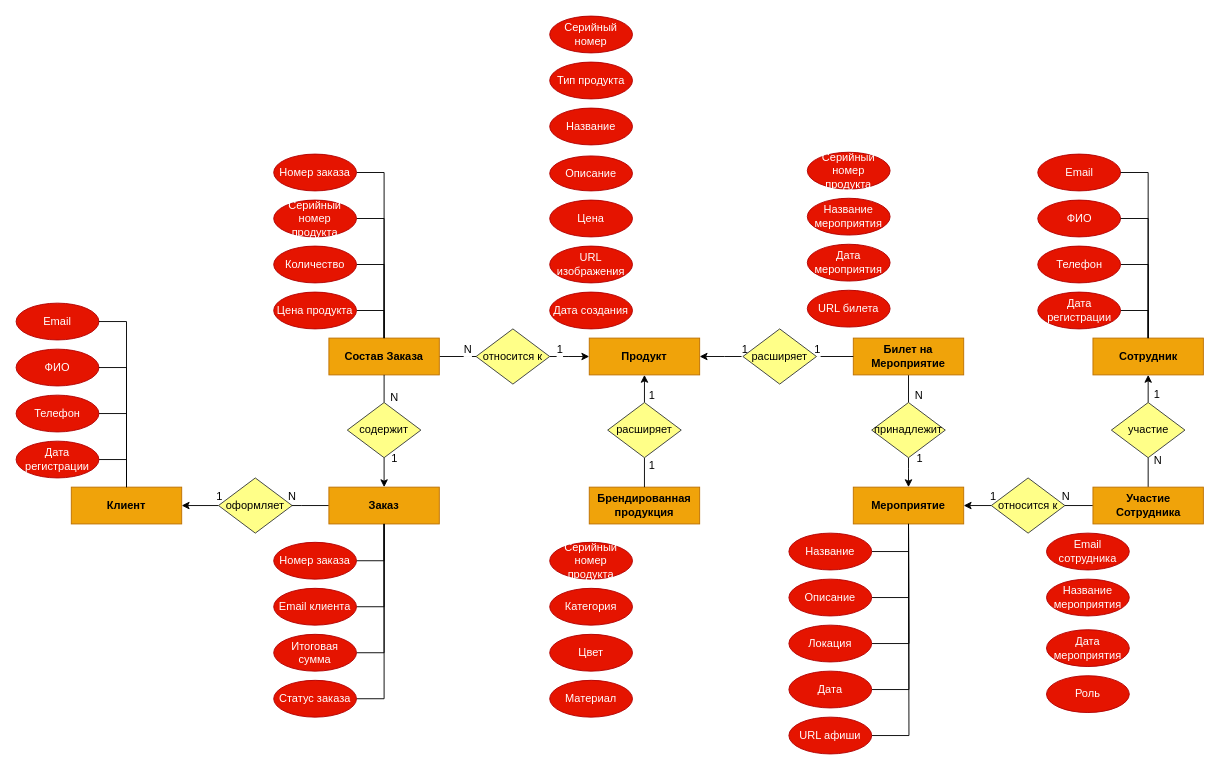
Before: ud1.drawio in softqwak/ud, a draw.io diagram. Source tidied: cells renumbered, new cells numbered last; positions are measured from the earlier drawing's top-left corner, leaving out a move shared by most shapes. Both pictures are drawn from the tidied source at 92%, with x=0, y=0 at pixel (16, 16).
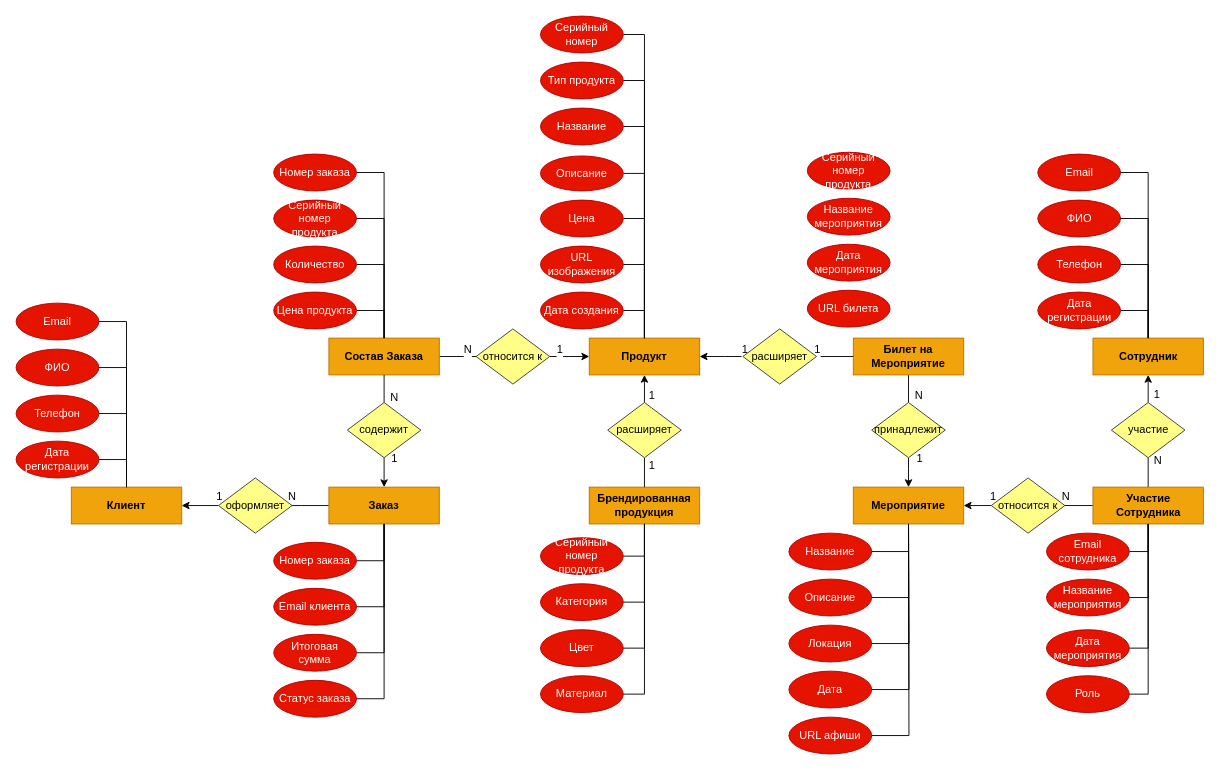
After the change.

Unchanged cells that the change refers to:
```xml
<mxCell id="8" value="Участие Сотрудника" style="rounded=0;whiteSpace=wrap;html=1;fillColor=#f0a30a;fontColor=#000000;strokeColor=#BD7000;fontStyle=1;" parent="1" vertex="1">
  <mxGeometry x="1170.5" y="512" width="120" height="40" as="geometry" />
</mxCell>
<mxCell id="16" value="Брендированная продукция" style="rounded=0;whiteSpace=wrap;html=1;fillColor=#f0a30a;fontColor=#000000;strokeColor=#BD7000;fontStyle=1;" parent="1" vertex="1">
  <mxGeometry x="623" y="512" width="120" height="40" as="geometry" />
</mxCell>
<mxCell id="23" value="Email сотрудника" style="ellipse;whiteSpace=wrap;html=1;fillColor=#e51400;fontColor=#ffffff;strokeColor=#B20000;" parent="1" vertex="1">
  <mxGeometry x="1120" y="562" width="90" height="40" as="geometry" />
</mxCell>
<mxCell id="24" value="Название мероприятия" style="ellipse;whiteSpace=wrap;html=1;fillColor=#e51400;fontColor=#ffffff;strokeColor=#B20000;" parent="1" vertex="1">
  <mxGeometry x="1120" y="612" width="90" height="40" as="geometry" />
</mxCell>
<mxCell id="56" value="Продукт" style="rounded=0;whiteSpace=wrap;html=1;fillColor=#f0a30a;fontColor=#000000;strokeColor=#BD7000;fontStyle=1;" parent="1" vertex="1">
  <mxGeometry x="623" y="350" width="120" height="40" as="geometry" />
</mxCell>
<mxCell id="81" value="Дата мероприятия" style="ellipse;whiteSpace=wrap;html=1;fillColor=#e51400;fontColor=#ffffff;strokeColor=#B20000;" parent="1" vertex="1">
  <mxGeometry x="1120" y="667" width="90" height="40" as="geometry" />
</mxCell>
<mxCell id="82" value="Роль" style="ellipse;whiteSpace=wrap;html=1;fillColor=#e51400;fontColor=#ffffff;strokeColor=#B20000;" parent="1" vertex="1">
  <mxGeometry x="1120" y="717" width="90" height="40" as="geometry" />
</mxCell>
```

Diff of the diagram source:
```diff
@@
+    <mxCell id="112" style="edgeStyle=orthogonalEdgeStyle;shape=connector;rounded=0;jettySize=auto;html=1;exitX=1;exitY=0.5;exitDx=0;exitDy=0;entryX=0.5;entryY=1;entryDx=0;entryDy=0;strokeColor=default;align=center;verticalAlign=middle;fontFamily=Helvetica;fontSize=12;fontColor=default;fontStyle=0;labelBackgroundColor=default;endArrow=none;endFill=0;" parent="1" edge="1" source="23" target="8">
+      <mxGeometry relative="1" as="geometry" />
+    </mxCell>
@@
+    <mxCell id="113" style="edgeStyle=orthogonalEdgeStyle;shape=connector;rounded=0;jettySize=auto;html=1;exitX=1;exitY=0.5;exitDx=0;exitDy=0;entryX=0.5;entryY=1;entryDx=0;entryDy=0;strokeColor=default;align=center;verticalAlign=middle;fontFamily=Helvetica;fontSize=12;fontColor=default;fontStyle=0;labelBackgroundColor=default;endArrow=none;endFill=0;" parent="1" edge="1" source="24" target="8">
+      <mxGeometry relative="1" as="geometry" />
+    </mxCell>
@@
+    <mxCell id="114" style="edgeStyle=orthogonalEdgeStyle;shape=connector;rounded=0;jettySize=auto;html=1;exitX=1;exitY=0.5;exitDx=0;exitDy=0;entryX=0.5;entryY=1;entryDx=0;entryDy=0;strokeColor=default;align=center;verticalAlign=middle;fontFamily=Helvetica;fontSize=12;fontColor=default;fontStyle=0;labelBackgroundColor=default;endArrow=none;endFill=0;" parent="1" edge="1" source="39" target="16">
+      <mxGeometry relative="1" as="geometry" />
+    </mxCell>
     <mxCell id="39" value="Серийный номер продукта" style="ellipse;whiteSpace=wrap;html=1;fillColor=#e51400;fontColor=#ffffff;strokeColor=#B20000;" parent="1" vertex="1">
-      <mxGeometry x="580" y="572" width="90" height="40" as="geometry" />
+      <mxGeometry x="570" y="567" width="90" height="40" as="geometry" />
     </mxCell>
+    <mxCell id="115" style="edgeStyle=orthogonalEdgeStyle;shape=connector;rounded=0;jettySize=auto;html=1;exitX=1;exitY=0.5;exitDx=0;exitDy=0;entryX=0.5;entryY=1;entryDx=0;entryDy=0;strokeColor=default;align=center;verticalAlign=middle;fontFamily=Helvetica;fontSize=12;fontColor=default;fontStyle=0;labelBackgroundColor=default;endArrow=none;endFill=0;" parent="1" edge="1" source="40" target="16">
+      <mxGeometry relative="1" as="geometry" />
+    </mxCell>
     <mxCell id="40" value="Категория" style="ellipse;whiteSpace=wrap;html=1;fillColor=#e51400;fontColor=#ffffff;strokeColor=#B20000;" parent="1" vertex="1">
-      <mxGeometry x="580" y="622" width="90" height="40" as="geometry" />
+      <mxGeometry x="570" y="617" width="90" height="40" as="geometry" />
     </mxCell>
+    <mxCell id="116" style="edgeStyle=orthogonalEdgeStyle;shape=connector;rounded=0;jettySize=auto;html=1;exitX=1;exitY=0.5;exitDx=0;exitDy=0;entryX=0.5;entryY=1;entryDx=0;entryDy=0;strokeColor=default;align=center;verticalAlign=middle;fontFamily=Helvetica;fontSize=12;fontColor=default;fontStyle=0;labelBackgroundColor=default;endArrow=none;endFill=0;" parent="1" edge="1" source="41" target="16">
+      <mxGeometry relative="1" as="geometry" />
+    </mxCell>
     <mxCell id="41" value="Цвет" style="ellipse;whiteSpace=wrap;html=1;fillColor=#e51400;fontColor=#ffffff;strokeColor=#B20000;" parent="1" vertex="1">
-      <mxGeometry x="580" y="672" width="90" height="40" as="geometry" />
+      <mxGeometry x="570" y="667" width="90" height="40" as="geometry" />
     </mxCell>
+    <mxCell id="117" style="edgeStyle=orthogonalEdgeStyle;shape=connector;rounded=0;jettySize=auto;html=1;exitX=1;exitY=0.5;exitDx=0;exitDy=0;entryX=0.5;entryY=1;entryDx=0;entryDy=0;strokeColor=default;align=center;verticalAlign=middle;fontFamily=Helvetica;fontSize=12;fontColor=default;fontStyle=0;labelBackgroundColor=default;endArrow=none;endFill=0;" parent="1" edge="1" source="42" target="16">
+      <mxGeometry relative="1" as="geometry" />
+    </mxCell>
     <mxCell id="42" value="Материал" style="ellipse;whiteSpace=wrap;html=1;fillColor=#e51400;fontColor=#ffffff;strokeColor=#B20000;" parent="1" vertex="1">
-      <mxGeometry x="580" y="722" width="90" height="40" as="geometry" />
+      <mxGeometry x="570" y="717" width="90" height="40" as="geometry" />
     </mxCell>
@@
+    <mxCell id="118" style="edgeStyle=orthogonalEdgeStyle;shape=connector;rounded=0;jettySize=auto;html=1;exitX=1;exitY=0.5;exitDx=0;exitDy=0;entryX=0.5;entryY=0;entryDx=0;entryDy=0;strokeColor=default;align=center;verticalAlign=middle;fontFamily=Helvetica;fontSize=12;fontColor=default;fontStyle=0;labelBackgroundColor=default;endArrow=none;endFill=0;" parent="1" edge="1" source="73" target="56">
+      <mxGeometry relative="1" as="geometry" />
+    </mxCell>
     <mxCell id="73" value="Серийный номер" style="ellipse;whiteSpace=wrap;html=1;fillColor=#e51400;fontColor=#ffffff;strokeColor=#B20000;" parent="1" vertex="1">
-      <mxGeometry x="580" width="90" height="40" as="geometry" />
+      <mxGeometry x="570" width="90" height="40" as="geometry" />
     </mxCell>
+    <mxCell id="119" style="edgeStyle=orthogonalEdgeStyle;shape=connector;rounded=0;jettySize=auto;html=1;exitX=1;exitY=0.5;exitDx=0;exitDy=0;entryX=0.5;entryY=0;entryDx=0;entryDy=0;strokeColor=default;align=center;verticalAlign=middle;fontFamily=Helvetica;fontSize=12;fontColor=default;fontStyle=0;labelBackgroundColor=default;endArrow=none;endFill=0;" parent="1" edge="1" source="74" target="56">
+      <mxGeometry relative="1" as="geometry" />
+    </mxCell>
     <mxCell id="74" value="Тип продукта" style="ellipse;whiteSpace=wrap;html=1;fillColor=#e51400;fontColor=#ffffff;strokeColor=#B20000;" parent="1" vertex="1">
-      <mxGeometry x="580" y="50" width="90" height="40" as="geometry" />
+      <mxGeometry x="570" y="50" width="90" height="40" as="geometry" />
     </mxCell>
+    <mxCell id="120" style="edgeStyle=orthogonalEdgeStyle;shape=connector;rounded=0;jettySize=auto;html=1;exitX=1;exitY=0.5;exitDx=0;exitDy=0;entryX=0.5;entryY=0;entryDx=0;entryDy=0;strokeColor=default;align=center;verticalAlign=middle;fontFamily=Helvetica;fontSize=12;fontColor=default;fontStyle=0;labelBackgroundColor=default;endArrow=none;endFill=0;" parent="1" edge="1" source="75" target="56">
+      <mxGeometry relative="1" as="geometry" />
+    </mxCell>
     <mxCell id="75" value="Название" style="ellipse;whiteSpace=wrap;html=1;fillColor=#e51400;fontColor=#ffffff;strokeColor=#B20000;" parent="1" vertex="1">
-      <mxGeometry x="580" y="100" width="90" height="40" as="geometry" />
+      <mxGeometry x="570" y="100" width="90" height="40" as="geometry" />
     </mxCell>
+    <mxCell id="121" style="edgeStyle=orthogonalEdgeStyle;shape=connector;rounded=0;jettySize=auto;html=1;exitX=1;exitY=0.5;exitDx=0;exitDy=0;entryX=0.5;entryY=0;entryDx=0;entryDy=0;strokeColor=default;align=center;verticalAlign=middle;fontFamily=Helvetica;fontSize=12;fontColor=default;fontStyle=0;labelBackgroundColor=default;endArrow=none;endFill=0;" parent="1" edge="1" source="76" target="56">
+      <mxGeometry relative="1" as="geometry" />
+    </mxCell>
     <mxCell id="76" value="Описание" style="ellipse;whiteSpace=wrap;html=1;fillColor=#e51400;fontColor=#ffffff;strokeColor=#B20000;" parent="1" vertex="1">
-      <mxGeometry x="580" y="152" width="90" height="38" as="geometry" />
+      <mxGeometry x="570" y="152" width="90" height="38" as="geometry" />
     </mxCell>
+    <mxCell id="122" style="edgeStyle=orthogonalEdgeStyle;shape=connector;rounded=0;jettySize=auto;html=1;exitX=1;exitY=0.5;exitDx=0;exitDy=0;entryX=0.5;entryY=0;entryDx=0;entryDy=0;strokeColor=default;align=center;verticalAlign=middle;fontFamily=Helvetica;fontSize=12;fontColor=default;fontStyle=0;labelBackgroundColor=default;endArrow=none;endFill=0;" parent="1" edge="1" source="77" target="56">
+      <mxGeometry relative="1" as="geometry" />
+    </mxCell>
     <mxCell id="77" value="Цена" style="ellipse;whiteSpace=wrap;html=1;fillColor=#e51400;fontColor=#ffffff;strokeColor=#B20000;" parent="1" vertex="1">
-      <mxGeometry x="580" y="200" width="90" height="40" as="geometry" />
+      <mxGeometry x="570" y="200" width="90" height="40" as="geometry" />
     </mxCell>
+    <mxCell id="123" style="edgeStyle=orthogonalEdgeStyle;shape=connector;rounded=0;jettySize=auto;html=1;exitX=1;exitY=0.5;exitDx=0;exitDy=0;strokeColor=default;align=center;verticalAlign=middle;fontFamily=Helvetica;fontSize=12;fontColor=default;fontStyle=0;labelBackgroundColor=default;endArrow=none;endFill=0;entryX=0.5;entryY=0;entryDx=0;entryDy=0;" parent="1" edge="1" source="78" target="56">
+      <mxGeometry relative="1" as="geometry" />
+    </mxCell>
     <mxCell id="78" value="URL изображения" style="ellipse;whiteSpace=wrap;html=1;fillColor=#e51400;fontColor=#ffffff;strokeColor=#B20000;" parent="1" vertex="1">
-      <mxGeometry x="580" y="250" width="90" height="40" as="geometry" />
+      <mxGeometry x="570" y="250" width="90" height="40" as="geometry" />
     </mxCell>
+    <mxCell id="124" style="edgeStyle=orthogonalEdgeStyle;shape=connector;rounded=0;jettySize=auto;html=1;exitX=1;exitY=0.5;exitDx=0;exitDy=0;entryX=0.5;entryY=0;entryDx=0;entryDy=0;strokeColor=default;align=center;verticalAlign=middle;fontFamily=Helvetica;fontSize=12;fontColor=default;fontStyle=0;labelBackgroundColor=default;endArrow=none;endFill=0;" parent="1" edge="1" source="79" target="56">
+      <mxGeometry relative="1" as="geometry" />
+    </mxCell>
     <mxCell id="79" value="Дата создания" style="ellipse;whiteSpace=wrap;html=1;fillColor=#e51400;fontColor=#ffffff;strokeColor=#B20000;" parent="1" vertex="1">
-      <mxGeometry x="580" y="300" width="90" height="40" as="geometry" />
+      <mxGeometry x="570" y="300" width="90" height="40" as="geometry" />
     </mxCell>
@@
+    <mxCell id="125" style="edgeStyle=orthogonalEdgeStyle;shape=connector;rounded=0;jettySize=auto;html=1;exitX=1;exitY=0.5;exitDx=0;exitDy=0;entryX=0.5;entryY=1;entryDx=0;entryDy=0;strokeColor=default;align=center;verticalAlign=middle;fontFamily=Helvetica;fontSize=12;fontColor=default;fontStyle=0;labelBackgroundColor=default;endArrow=none;endFill=0;" parent="1" edge="1" source="81" target="8">
+      <mxGeometry relative="1" as="geometry" />
+    </mxCell>
@@
+    <mxCell id="126" style="edgeStyle=orthogonalEdgeStyle;shape=connector;rounded=0;jettySize=auto;html=1;exitX=1;exitY=0.5;exitDx=0;exitDy=0;entryX=0.5;entryY=1;entryDx=0;entryDy=0;strokeColor=default;align=center;verticalAlign=middle;fontFamily=Helvetica;fontSize=12;fontColor=default;fontStyle=0;labelBackgroundColor=default;endArrow=none;endFill=0;" parent="1" edge="1" source="82" target="8">
+      <mxGeometry relative="1" as="geometry" />
+    </mxCell>
```
